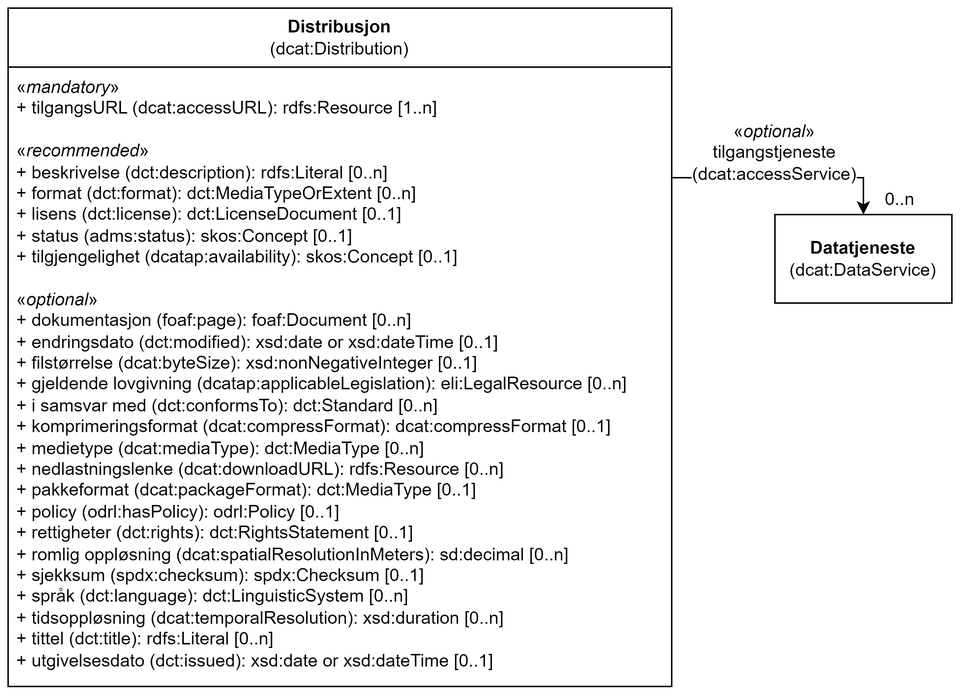
Informasjonsforvaltning/dcat-ap-no keeps this draw.io diagram as docs/images/Klassen-Distribusjon.png. Above is the earlier version. Source tidied: cells renumbered, new cells last; positions are measured from the earlier drawing's top-left corner, leaving out a move shared by most shapes.
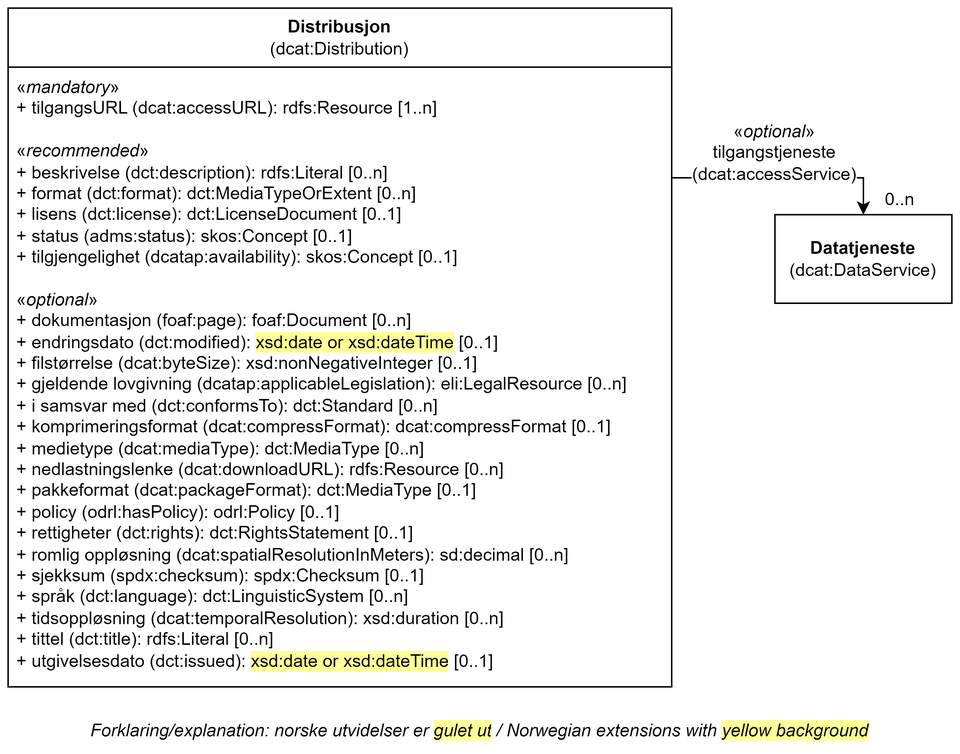
Later version of the same file.

Commit message:
Oppdaterer norsk utvidelse, Distribusjon

What changed in the source:
```diff
@@ -5,7 +5,7 @@
     <mxCell id="2" value="Distribusjon&lt;br&gt;&lt;span style=&quot;font-weight: normal;&quot;&gt;(dcat:Distribution)&lt;/span&gt;" style="swimlane;whiteSpace=wrap;html=1;startSize=40;" parent="1" vertex="1">
       <mxGeometry width="450" height="460" as="geometry" />
     </mxCell>
-    <mxCell id="3" value="«&lt;i&gt;mandatory&lt;/i&gt;»&lt;br&gt;+ tilgangsURL (dcat:accessURL): rdfs:Resource [1..n]&lt;br&gt;&lt;br&gt;«&lt;i&gt;recommended&lt;/i&gt;»&lt;br&gt;+ beskrivelse (dct:description): rdfs:Literal [0..n]&lt;br&gt;+ format (dct:format): dct:MediaTypeOrExtent [0..n]&lt;br&gt;+ lisens (dct:license): dct:LicenseDocument [0..1]&lt;br&gt;+ status (adms:status): skos:Concept [0..1]&lt;br&gt;+ tilgjengelighet (dcatap:availability): skos:Concept [0..1]&lt;br&gt;&lt;br&gt;«&lt;i&gt;optional&lt;/i&gt;»&lt;br&gt;+ dokumentasjon (foaf:page): foaf:Document [0..n]&lt;br&gt;+ endringsdato (dct:modified): xsd:date or xsd:dateTime [0..1]&lt;br&gt;+ filstørrelse (dcat:byteSize): xsd:nonNegativeInteger [0..1]&lt;br&gt;+ gjeldende lovgivning (dcatap:applicableLegislation): eli:LegalResource [0..n]&lt;br&gt;+ i samsvar med (dct:conformsTo): dct:Standard [0..n]&lt;br&gt;+ komprimeringsformat (dcat:compressFormat): dcat:compressFormat [0..1]&lt;br&gt;+ medietype (dcat:mediaType): dct:MediaType [0..n]&lt;br&gt;+ nedlastningslenke (dcat:downloadURL): rdfs:Resource [0..n]&lt;br&gt;+ pakkeformat (dcat:packageFormat): dct:MediaType [0..1]&lt;br&gt;+ policy (odrl:hasPolicy): odrl:Policy [0..1]&lt;br&gt;+ rettigheter (dct:rights): dct:RightsStatement [0..1]&lt;br&gt;+ romlig oppløsning (dcat:spatialResolutionInMeters): sd:decimal [0..n]&lt;br&gt;+ sjekksum (spdx:checksum): spdx:Checksum [0..1]&lt;br&gt;+ språk (dct:language): dct:LinguisticSystem [0..n]&lt;br&gt;+ tidsoppløsning (dcat:temporalResolution): xsd:duration [0..n]&lt;br&gt;+ tittel (dct:title): rdfs:Literal [0..n]&lt;br&gt;+ utgivelsesdato (dct:issued): xsd:date or xsd:dateTime [0..1]" style="text;strokeColor=none;fillColor=none;align=left;verticalAlign=top;spacingLeft=4;spacingRight=4;overflow=hidden;whiteSpace=wrap;html=1;" parent="2" vertex="1">
+    <mxCell id="3" value="«&lt;i&gt;mandatory&lt;/i&gt;»&lt;br&gt;+ tilgangsURL (dcat:accessURL): rdfs:Resource [1..n]&lt;br&gt;&lt;br&gt;«&lt;i&gt;recommended&lt;/i&gt;»&lt;br&gt;+ beskrivelse (dct:description): rdfs:Literal [0..n]&lt;br&gt;+ format (dct:format): dct:MediaTypeOrExtent [0..n]&lt;br&gt;+ lisens (dct:license): dct:LicenseDocument [0..1]&lt;br&gt;+ status (adms:status): skos:Concept [0..1]&lt;br&gt;+ tilgjengelighet (dcatap:availability): skos:Concept [0..1]&lt;br&gt;&lt;br&gt;«&lt;i&gt;optional&lt;/i&gt;»&lt;br&gt;+ dokumentasjon (foaf:page): foaf:Document [0..n]&lt;br&gt;+ endringsdato (dct:modified): &lt;span style=&quot;background-color: rgb(255, 255, 153);&quot;&gt;xsd:date or xsd:dateTime&lt;/span&gt; [0..1]&lt;br&gt;+ filstørrelse (dcat:byteSize): xsd:nonNegativeInteger [0..1]&lt;br&gt;+ gjeldende lovgivning (dcatap:applicableLegislation): eli:LegalResource [0..n]&lt;br&gt;+ i samsvar med (dct:conformsTo): dct:Standard [0..n]&lt;br&gt;+ komprimeringsformat (dcat:compressFormat): dcat:compressFormat [0..1]&lt;br&gt;+ medietype (dcat:mediaType): dct:MediaType [0..n]&lt;br&gt;+ nedlastningslenke (dcat:downloadURL): rdfs:Resource [0..n]&lt;br&gt;+ pakkeformat (dcat:packageFormat): dct:MediaType [0..1]&lt;br&gt;+ policy (odrl:hasPolicy): odrl:Policy [0..1]&lt;br&gt;+ rettigheter (dct:rights): dct:RightsStatement [0..1]&lt;br&gt;+ romlig oppløsning (dcat:spatialResolutionInMeters): sd:decimal [0..n]&lt;br&gt;+ sjekksum (spdx:checksum): spdx:Checksum [0..1]&lt;br&gt;+ språk (dct:language): dct:LinguisticSystem [0..n]&lt;br&gt;+ tidsoppløsning (dcat:temporalResolution): xsd:duration [0..n]&lt;br&gt;+ tittel (dct:title): rdfs:Literal [0..n]&lt;br&gt;+ utgivelsesdato (dct:issued): &lt;span style=&quot;background-color: rgb(255, 255, 153);&quot;&gt;xsd:date or xsd:dateTime&lt;/span&gt; [0..1]" style="text;strokeColor=none;fillColor=none;align=left;verticalAlign=top;spacingLeft=4;spacingRight=4;overflow=hidden;whiteSpace=wrap;html=1;" parent="2" vertex="1">
       <mxGeometry y="40" width="430" height="420" as="geometry" />
     </mxCell>
     <mxCell id="4" value="&lt;b&gt;Datatjeneste&lt;/b&gt;&lt;br&gt;(dcat:DataService)" style="rounded=0;whiteSpace=wrap;html=1;" parent="1" vertex="1">
@@ -24,5 +24,8 @@
     <mxCell id="7" value="0..n" style="text;html=1;strokeColor=none;fillColor=none;align=center;verticalAlign=middle;whiteSpace=wrap;rounded=0;" parent="1" vertex="1">
       <mxGeometry x="590" y="120" width="30" height="20" as="geometry" />
     </mxCell>
+    <mxCell id="8" value="Forklaring/explanation: norske utvidelser er&amp;nbsp;&lt;span style=&quot;background-color: rgb(255, 255, 153);&quot;&gt;gulet ut&lt;/span&gt;&lt;span style=&quot;background-color: rgb(255 , 255 , 255)&quot;&gt;&amp;nbsp;/&amp;nbsp;Norwegian extensions with &lt;/span&gt;&lt;span style=&quot;background-color: rgb(255, 255, 153);&quot;&gt;yellow background&lt;/span&gt;" style="text;html=1;strokeColor=none;fillColor=none;align=center;verticalAlign=middle;whiteSpace=wrap;rounded=0;fontStyle=2;" parent="1" vertex="1">
+      <mxGeometry y="480" width="640" height="20" as="geometry" />
+    </mxCell>
   </root>
 </mxGraphModel>
```
